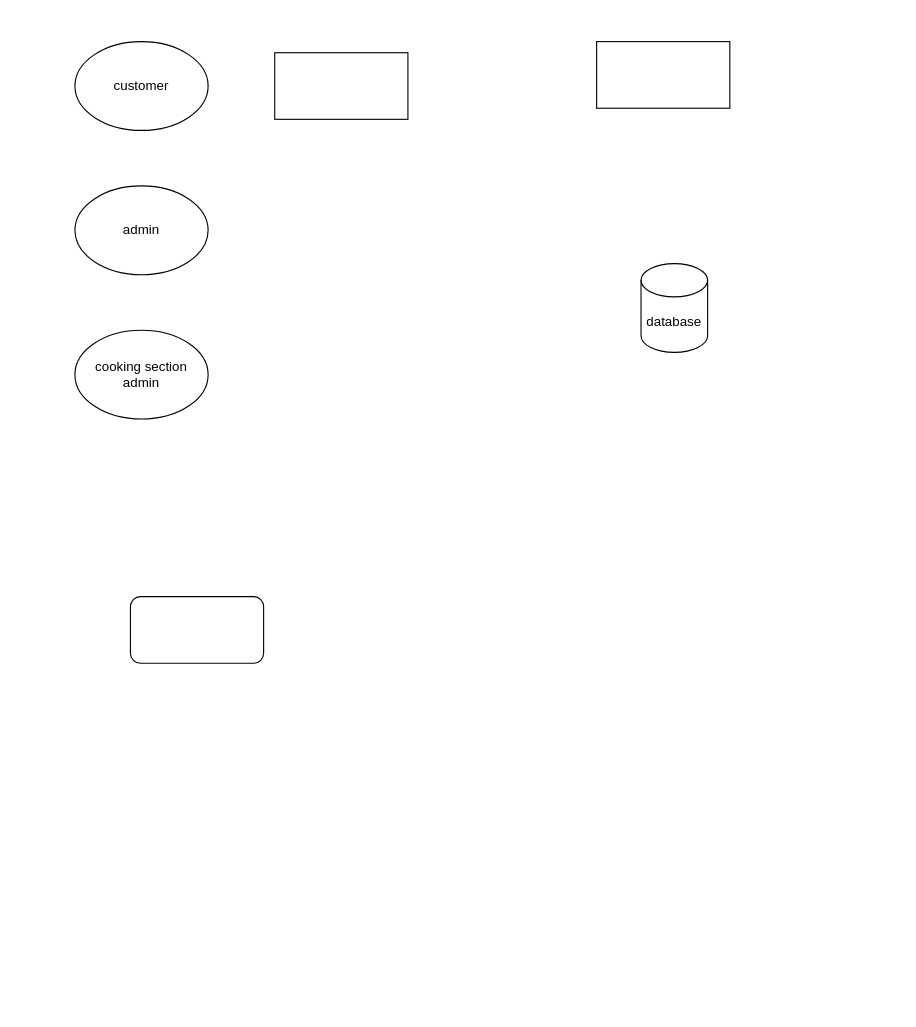
The draw.io diagram rms Diagram.drawio in deleshan/puthurep, before the edit. Source tidied: cells renumbered, new cells numbered last; positions are measured from the earlier drawing's top-left corner, leaving out a move shared by most shapes. Both pictures are drawn from the tidied source at 111%, with x=0, y=0 at pixel (74, 41).
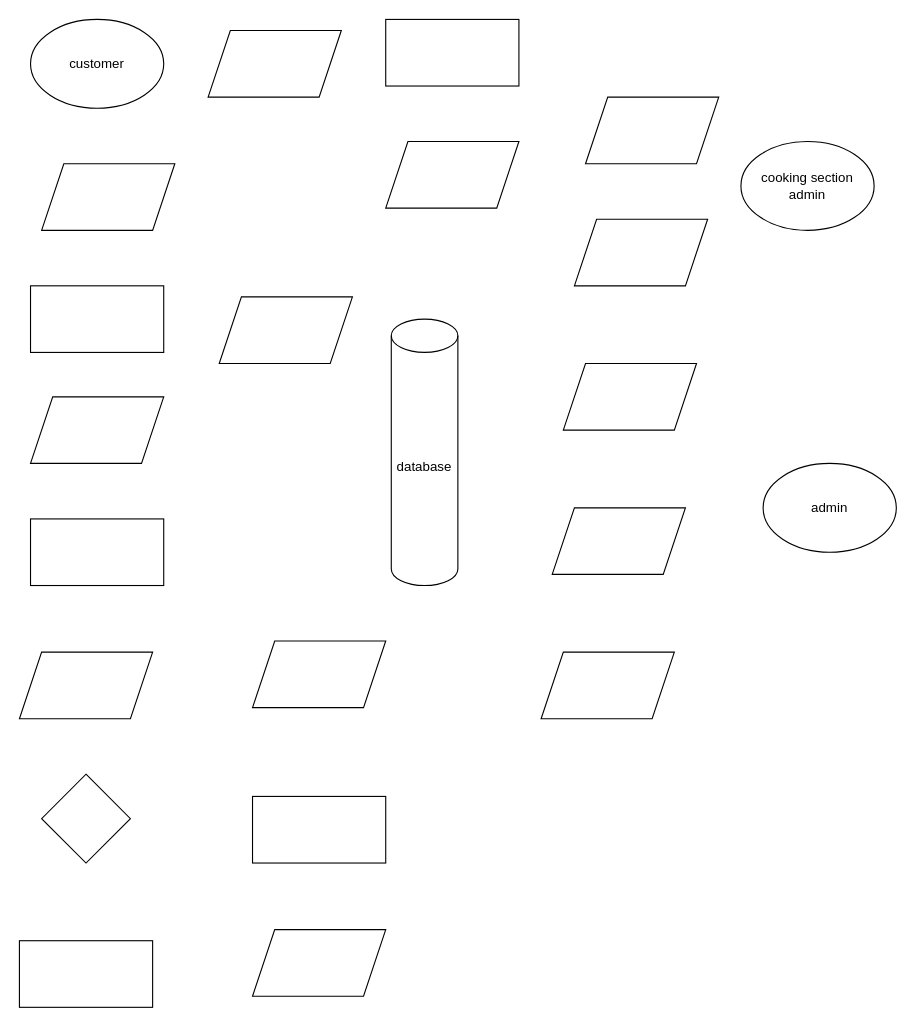
Above is the later version.

What changed in the source:
```diff
@@
     <mxCell id="2" style="rounded=0;whiteSpace=wrap;html=1;" parent="1" vertex="1">
-      <mxGeometry x="180" y="10" width="120" height="60" as="geometry" />
+      <mxGeometry x="-40" y="220" width="120" height="60" as="geometry" />
     </mxCell>
     <mxCell id="3" style="rounded=0;whiteSpace=wrap;html=1;" parent="1" vertex="1">
-      <mxGeometry x="470" width="120" height="60" as="geometry" />
+      <mxGeometry x="-40" y="430" width="120" height="60" as="geometry" />
     </mxCell>
     <mxCell id="4" value="customer" style="ellipse;whiteSpace=wrap;html=1;" parent="1" vertex="1">
-      <mxGeometry width="120" height="80" as="geometry" />
+      <mxGeometry x="-40" y="-20" width="120" height="80" as="geometry" />
     </mxCell>
     <mxCell id="5" value="admin" style="ellipse;whiteSpace=wrap;html=1;" parent="1" vertex="1">
-      <mxGeometry y="130" width="120" height="80" as="geometry" />
+      <mxGeometry x="620" y="380" width="120" height="80" as="geometry" />
     </mxCell>
     <mxCell id="6" value="cooking section admin" style="ellipse;whiteSpace=wrap;html=1;" parent="1" vertex="1">
-      <mxGeometry y="260" width="120" height="80" as="geometry" />
+      <mxGeometry x="600" y="90" width="120" height="80" as="geometry" />
     </mxCell>
     <mxCell id="7" value="database" style="shape=cylinder3;whiteSpace=wrap;html=1;boundedLbl=1;backgroundOutline=1;size=15;" parent="1" vertex="1">
-      <mxGeometry x="510" y="200" width="60" height="80" as="geometry" />
+      <mxGeometry x="285" y="250" width="60" height="240" as="geometry" />
     </mxCell>
-    <mxCell id="8" style="rounded=1;whiteSpace=wrap;html=1;" parent="1" vertex="1">
-      <mxGeometry x="50" y="500" width="120" height="60" as="geometry" />
-    </mxCell>
+    <mxCell id="9" style="shape=parallelogram;perimeter=parallelogramPerimeter;whiteSpace=wrap;html=1;fixedSize=1;" parent="1" vertex="1">
+      <mxGeometry x="-30" y="110" width="120" height="60" as="geometry" />
+    </mxCell>
+    <mxCell id="10" style="shape=parallelogram;perimeter=parallelogramPerimeter;whiteSpace=wrap;html=1;fixedSize=1;" parent="1" vertex="1">
+      <mxGeometry x="-40" y="320" width="120" height="60" as="geometry" />
+    </mxCell>
+    <mxCell id="11" style="shape=parallelogram;perimeter=parallelogramPerimeter;whiteSpace=wrap;html=1;fixedSize=1;" parent="1" vertex="1">
+      <mxGeometry x="-50" y="550" width="120" height="60" as="geometry" />
+    </mxCell>
+    <mxCell id="12" style="rhombus;whiteSpace=wrap;html=1;" parent="1" vertex="1">
+      <mxGeometry x="-30" y="660" width="80" height="80" as="geometry" />
+    </mxCell>
+    <mxCell id="13" style="rounded=0;whiteSpace=wrap;html=1;" parent="1" vertex="1">
+      <mxGeometry x="-50" y="810" width="120" height="60" as="geometry" />
+    </mxCell>
+    <mxCell id="14" style="shape=parallelogram;perimeter=parallelogramPerimeter;whiteSpace=wrap;html=1;fixedSize=1;" parent="1" vertex="1">
+      <mxGeometry x="160" y="800" width="120" height="60" as="geometry" />
+    </mxCell>
+    <mxCell id="15" style="rounded=0;whiteSpace=wrap;html=1;" parent="1" vertex="1">
+      <mxGeometry x="160" y="680" width="120" height="60" as="geometry" />
+    </mxCell>
+    <mxCell id="16" style="shape=parallelogram;perimeter=parallelogramPerimeter;whiteSpace=wrap;html=1;fixedSize=1;" parent="1" vertex="1">
+      <mxGeometry x="160" y="540" width="120" height="60" as="geometry" />
+    </mxCell>
+    <mxCell id="17" style="shape=parallelogram;perimeter=parallelogramPerimeter;whiteSpace=wrap;html=1;fixedSize=1;" parent="1" vertex="1">
+      <mxGeometry x="280" y="90" width="120" height="60" as="geometry" />
+    </mxCell>
+    <mxCell id="18" style="rounded=0;whiteSpace=wrap;html=1;" parent="1" vertex="1">
+      <mxGeometry x="280" y="-20" width="120" height="60" as="geometry" />
+    </mxCell>
+    <mxCell id="19" style="shape=parallelogram;perimeter=parallelogramPerimeter;whiteSpace=wrap;html=1;fixedSize=1;" parent="1" vertex="1">
+      <mxGeometry x="120" y="-10" width="120" height="60" as="geometry" />
+    </mxCell>
+    <mxCell id="20" style="shape=parallelogram;perimeter=parallelogramPerimeter;whiteSpace=wrap;html=1;fixedSize=1;" parent="1" vertex="1">
+      <mxGeometry x="460" y="50" width="120" height="60" as="geometry" />
+    </mxCell>
+    <mxCell id="21" style="shape=parallelogram;perimeter=parallelogramPerimeter;whiteSpace=wrap;html=1;fixedSize=1;" parent="1" vertex="1">
+      <mxGeometry x="450" y="160" width="120" height="60" as="geometry" />
+    </mxCell>
+    <mxCell id="22" style="shape=parallelogram;perimeter=parallelogramPerimeter;whiteSpace=wrap;html=1;fixedSize=1;" parent="1" vertex="1">
+      <mxGeometry x="130" y="230" width="120" height="60" as="geometry" />
+    </mxCell>
+    <mxCell id="23" style="shape=parallelogram;perimeter=parallelogramPerimeter;whiteSpace=wrap;html=1;fixedSize=1;" parent="1" vertex="1">
+      <mxGeometry x="440" y="290" width="120" height="60" as="geometry" />
+    </mxCell>
+    <mxCell id="24" style="shape=parallelogram;perimeter=parallelogramPerimeter;whiteSpace=wrap;html=1;fixedSize=1;" parent="1" vertex="1">
+      <mxGeometry x="430" y="420" width="120" height="60" as="geometry" />
+    </mxCell>
+    <mxCell id="25" style="shape=parallelogram;perimeter=parallelogramPerimeter;whiteSpace=wrap;html=1;fixedSize=1;" parent="1" vertex="1">
+      <mxGeometry x="420" y="550" width="120" height="60" as="geometry" />
+    </mxCell>
```
